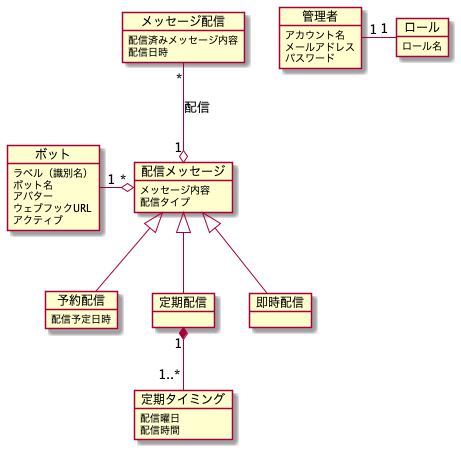
Earlier version of the PlantUML export document/analysis/model.png (takemo101/dc-scheduler).
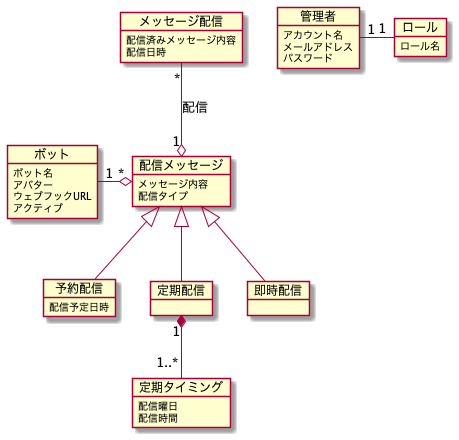
The same file after the commit.

What changed in the source:
```diff
@@ -1,7 +1,6 @@
 @startuml model
 
 object ボット {
-    ラベル（識別名）
     ボット名
     アバター
     ウェブフックURL
```
